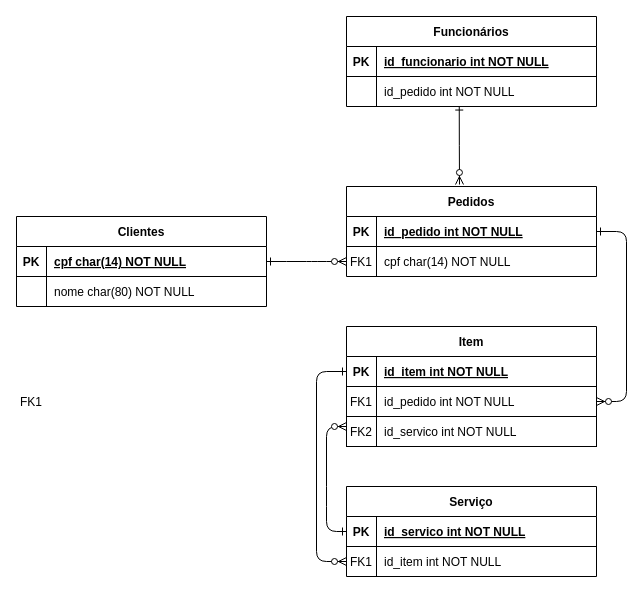
Earlier version of the draw.io diagram Untitled Diagram.drawio (djesusguimaraes/Banco-de-Dados). Source tidied: cells renumbered, new cells numbered last; positions are measured from the earlier drawing's top-left corner, leaving out a move shared by most shapes. Both pictures are drawn from the tidied source at 100%, with x=0, y=0 at pixel (16, 16).
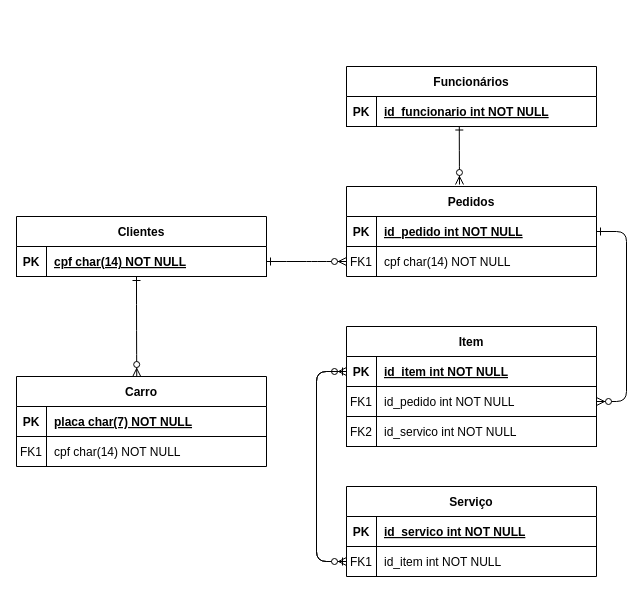
After the change.

Unchanged cells that the change refers to:
```xml
<mxCell id="20" style="shape=partialRectangle;fillColor=none;points=[[0,0.5],[1,0.5]];portConstraint=eastwest;top=0;left=0;right=0;bottom=1;" parent="19" vertex="1">
  <mxGeometry y="30" width="250" height="30" as="geometry" />
</mxCell>
<mxCell id="23" style="shape=partialRectangle;fillColor=none;points=[[0,0.5],[1,0.5]];portConstraint=eastwest;top=0;left=0;right=0;bottom=0;" parent="19" vertex="1">
  <mxGeometry y="60" width="250" height="30" as="geometry" />
</mxCell>
<mxCell id="37" style="shape=partialRectangle;fillColor=none;points=[[0,0.5],[1,0.5]];portConstraint=eastwest;top=0;left=0;right=0;bottom=1;fontStyle=0;" parent="36" vertex="1">
  <mxGeometry y="30" width="250" height="30" as="geometry" />
</mxCell>
```

Change to the diagram source:
```diff
@@
     <mxCell id="11" value="Clientes" style="shape=table;startSize=30;childLayout=tableLayout;rowLines=0;fontStyle=1;align=center;" parent="1" vertex="1">
-      <mxGeometry y="200" width="250" height="90" as="geometry" />
+      <mxGeometry y="200" width="250" height="60" as="geometry" />
     </mxCell>
@@
-    <mxCell id="15" style="shape=partialRectangle;fillColor=none;top=0;left=0;right=0;bottom=0;" parent="11" vertex="1">
-      <mxGeometry y="60" width="250" height="30" as="geometry" />
-    </mxCell>
-    <mxCell id="16" style="shape=partialRectangle;overflow=hidden;fillColor=none;top=0;left=0;bottom=0;right=0;" parent="15" vertex="1">
-      <mxGeometry width="30" height="30" as="geometry" />
-    </mxCell>
-    <mxCell id="17" value="nome char(80) NOT NULL" style="shape=partialRectangle;overflow=hidden;fillColor=none;top=0;left=0;bottom=0;right=0;align=left;spacingLeft=6;" parent="15" vertex="1">
-      <mxGeometry x="30" width="220" height="30" as="geometry" />
-    </mxCell>
-    <mxCell id="18" style="edgeStyle=elbowEdgeStyle;endArrow=ERzeroToMany;startArrow=ERone;endFill=1;startFill=0;exitX=0;exitY=0.5;exitDx=0;exitDy=0;entryX=0;entryY=0.5;entryDx=0;entryDy=0;" parent="1" edge="1" source="37" target="23">
-      <mxGeometry relative="1" as="geometry">
-        <Array as="points">
-          <mxPoint x="300" y="453" />
-        </Array>
-      </mxGeometry>
-    </mxCell>
@@
-    <mxCell id="26" style="endArrow=ERzeroToMany;startArrow=ERone;endFill=1;startFill=0;exitX=0;exitY=0.5;exitDx=0;exitDy=0;" parent="1" edge="1" source="20">
+    <mxCell id="26" style="endArrow=ERzeroToMany;startArrow=ERone;endFill=1;startFill=0;exitX=0;exitY=0.5;exitDx=0;exitDy=0;entryX=0;entryY=0.5;entryDx=0;entryDy=0;" parent="1" edge="1" source="23" target="37">
       <mxGeometry relative="1" as="geometry">
-        <mxPoint x="330" y="410" as="targetPoint" />
         <Array as="points">
-          <mxPoint x="310" y="515" />
-          <mxPoint x="310" y="480" />
-          <mxPoint x="310" y="410" />
+          <mxPoint x="300" y="545" />
+          <mxPoint x="300" y="490" />
+          <mxPoint x="300" y="355" />
         </Array>
       </mxGeometry>
     </mxCell>
     <mxCell id="27" value="Funcionários" style="shape=table;startSize=30;childLayout=tableLayout;rowLines=0;fontStyle=1;align=center;" parent="1" vertex="1">
-      <mxGeometry x="330" width="250" height="90" as="geometry" />
+      <mxGeometry x="330" y="50" width="250" height="60" as="geometry" />
     </mxCell>
@@
-    <mxCell id="31" style="shape=partialRectangle;fillColor=none;points=[[0,0.5],[1,0.5]];portConstraint=eastwest;top=0;left=0;right=0;bottom=0;" parent="27" vertex="1">
-      <mxGeometry y="60" width="250" height="30" as="geometry" />
-    </mxCell>
-    <mxCell id="32" style="shape=partialRectangle;overflow=hidden;fillColor=none;top=0;left=0;bottom=0;right=0;" parent="31" vertex="1">
-      <mxGeometry width="30" height="30" as="geometry" />
-    </mxCell>
-    <mxCell id="33" value="id_pedido int NOT NULL" style="shape=partialRectangle;overflow=hidden;fillColor=none;top=0;left=0;bottom=0;right=0;align=left;spacingLeft=6;" parent="31" vertex="1">
-      <mxGeometry x="30" width="220" height="30" as="geometry" />
-    </mxCell>
-    <mxCell id="34" value="FK1" style="shape=partialRectangle;overflow=hidden;fillColor=none;top=0;left=0;bottom=0;right=0;" parent="1" vertex="1">
-      <mxGeometry y="370" width="30" height="30" as="geometry" />
-    </mxCell>
@@
-    <mxCell id="47" style="endArrow=ERzeroToMany;startArrow=ERone;endFill=1;startFill=0;exitX=0.451;exitY=0.985;exitDx=0;exitDy=0;exitPerimeter=0;edgeStyle=orthogonalEdgeStyle;curved=1;" parent="1" edge="1" source="31">
+    <mxCell id="47" style="endArrow=ERzeroToMany;startArrow=ERone;endFill=1;startFill=0;exitX=0.451;exitY=0.985;exitDx=0;exitDy=0;exitPerimeter=0;edgeStyle=orthogonalEdgeStyle;curved=1;" parent="1" edge="1">
       <mxGeometry relative="1" as="geometry">
+        <mxPoint x="442.8" y="109.5" as="sourcePoint" />
         <mxPoint x="443" y="168" as="targetPoint" />
         <Array as="points">
           <mxPoint x="443" y="129" />
         </Array>
       </mxGeometry>
     </mxCell>
+    <mxCell id="48" value="Carro" style="shape=table;startSize=30;childLayout=tableLayout;rowLines=0;fontStyle=1;align=center;" parent="1" vertex="1">
+      <mxGeometry y="360" width="250" height="90" as="geometry" />
+    </mxCell>
+    <mxCell id="49" style="shape=partialRectangle;fillColor=none;top=0;left=0;right=0;bottom=1;" parent="48" vertex="1">
+      <mxGeometry y="30" width="250" height="30" as="geometry" />
+    </mxCell>
+    <mxCell id="50" value="PK" style="shape=partialRectangle;overflow=hidden;fillColor=none;top=0;left=0;bottom=0;right=0;fontStyle=1;" parent="49" vertex="1">
+      <mxGeometry width="30" height="30" as="geometry" />
+    </mxCell>
+    <mxCell id="51" value="placa char(7) NOT NULL" style="shape=partialRectangle;overflow=hidden;fillColor=none;top=0;left=0;bottom=0;right=0;align=left;spacingLeft=6;fontStyle=5;" parent="49" vertex="1">
+      <mxGeometry x="30" width="220" height="30" as="geometry" />
+    </mxCell>
+    <mxCell id="52" style="shape=partialRectangle;fillColor=none;top=0;left=0;right=0;bottom=0;" parent="48" vertex="1">
+      <mxGeometry y="60" width="250" height="30" as="geometry" />
+    </mxCell>
+    <mxCell id="34" value="FK1" style="shape=partialRectangle;overflow=hidden;fillColor=none;top=0;left=0;bottom=0;right=0;" parent="52" vertex="1">
+      <mxGeometry width="30" height="30" as="geometry" />
+    </mxCell>
+    <mxCell id="53" value="cpf char(14) NOT NULL" style="shape=partialRectangle;overflow=hidden;fillColor=none;top=0;left=0;bottom=0;right=0;align=left;spacingLeft=6;" parent="52" vertex="1">
+      <mxGeometry x="30" width="220" height="30" as="geometry" />
+    </mxCell>
+    <mxCell id="54" style="endArrow=ERzeroToMany;startArrow=ERone;endFill=1;startFill=0;exitX=0.451;exitY=0.985;exitDx=0;exitDy=0;exitPerimeter=0;edgeStyle=orthogonalEdgeStyle;curved=1;entryX=0.481;entryY=0;entryDx=0;entryDy=0;entryPerimeter=0;" parent="1" edge="1" target="48">
+      <mxGeometry relative="1" as="geometry">
+        <mxPoint x="120" y="260" as="sourcePoint" />
+        <Array as="points">
+          <mxPoint x="120" y="318" />
+          <mxPoint x="120" y="318" />
+        </Array>
+      </mxGeometry>
+    </mxCell>
+    <mxCell id="18" style="edgeStyle=elbowEdgeStyle;endArrow=ERzeroToMany;startArrow=ERone;endFill=1;startFill=0;exitX=0;exitY=0.5;exitDx=0;exitDy=0;entryX=0;entryY=0.5;entryDx=0;entryDy=0;anchorPointDirection=0;arcSize=20;" parent="1" edge="1" source="37" target="23">
+      <mxGeometry relative="1" as="geometry">
+        <Array as="points">
+          <mxPoint x="300" y="453" />
+        </Array>
+      </mxGeometry>
+    </mxCell>
```
